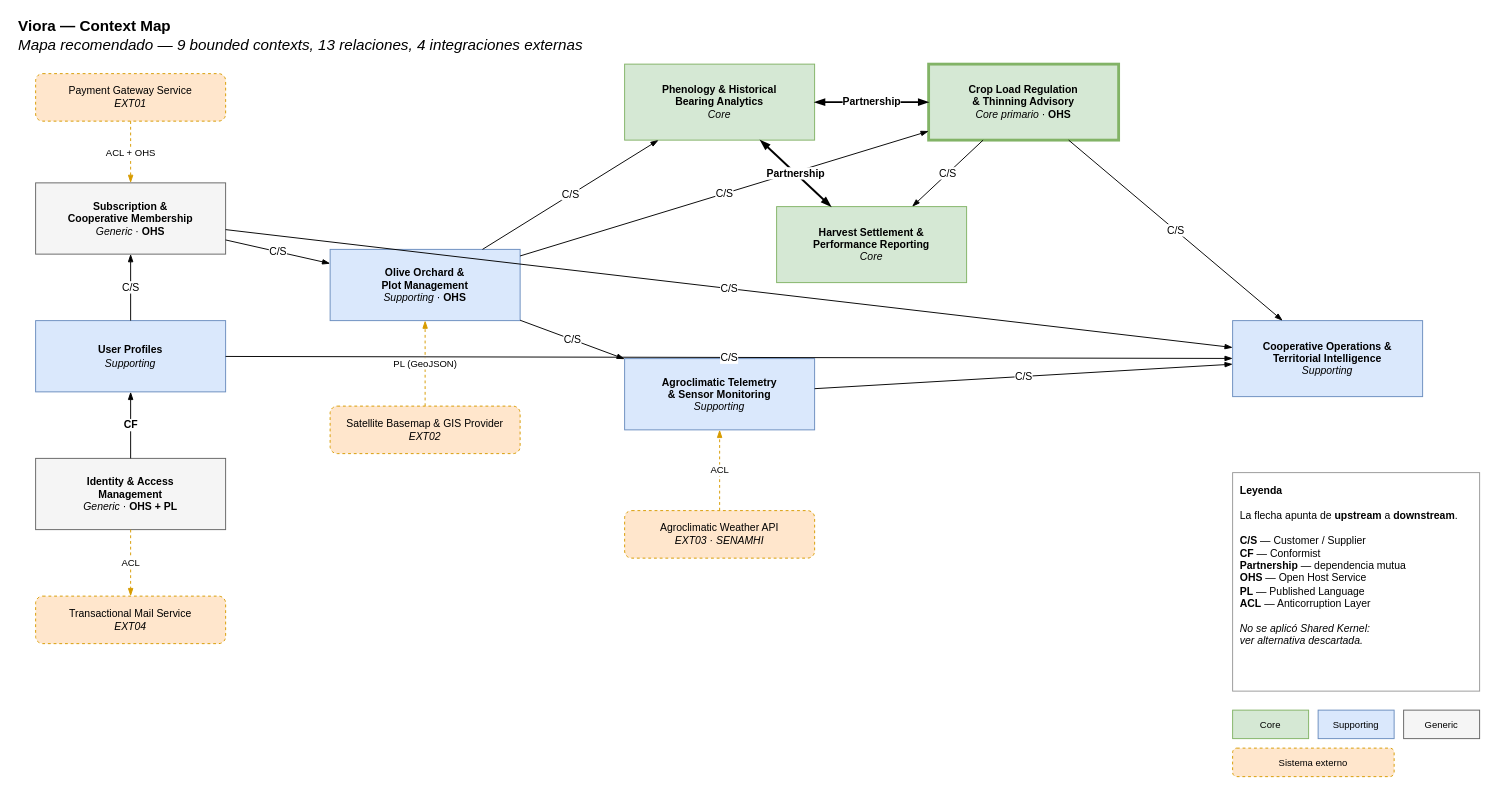
Before: docs/context-map/01-context-map-recomendado.drawio in upc-pre-1acc0238-2620-4951-arcadiadevs/viora-report, a draw.io diagram. Source tidied: cells renumbered, new cells numbered last; positions are measured from the earlier drawing's top-left corner, leaving out a move shared by most shapes. Both pictures are drawn from the tidied source at 95%, with x=0, y=0 at pixel (16, 16).
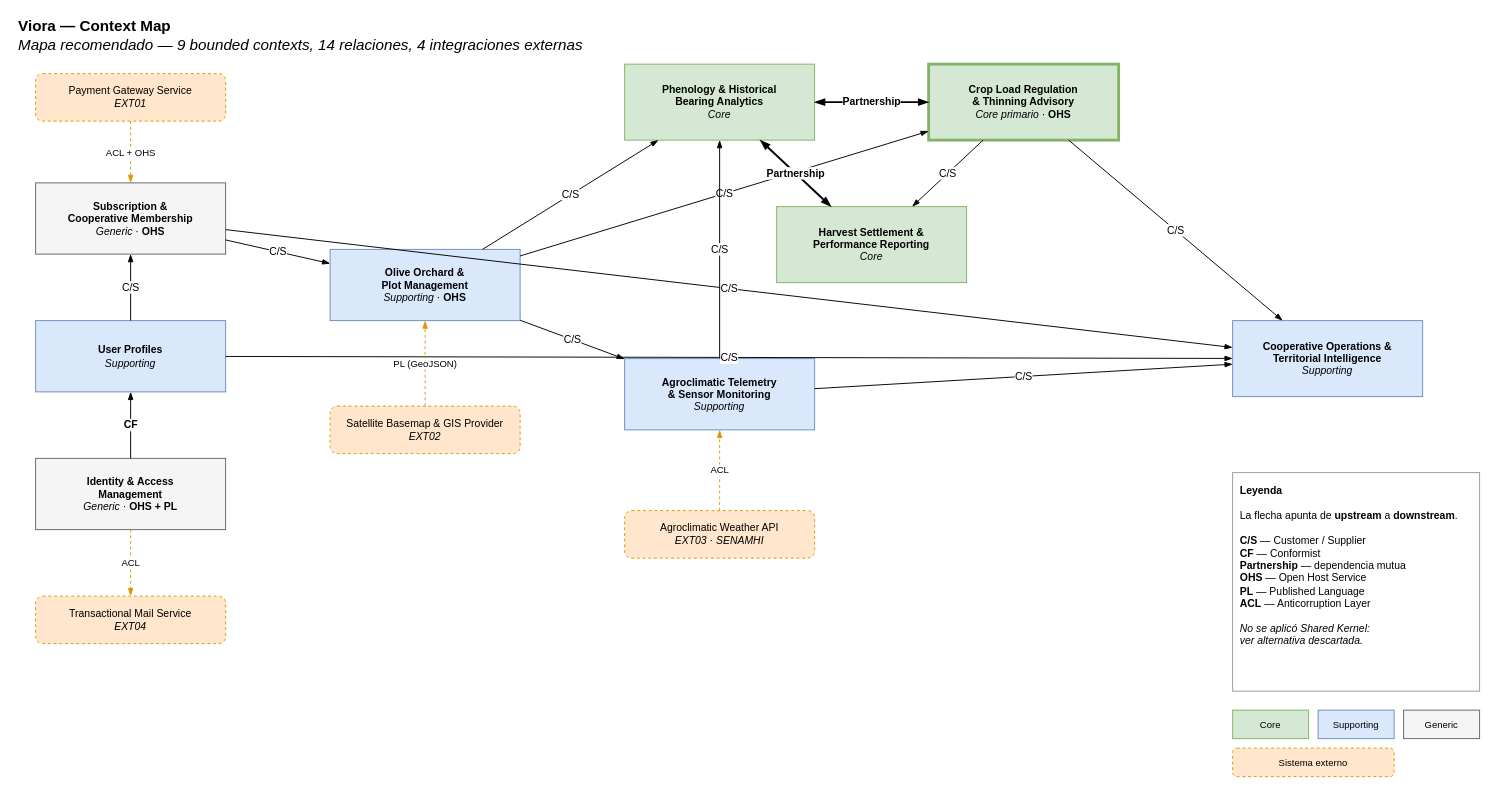
The same page after the edit.

Commit message (it also covers changes not shown here):
fix(context-map): reconcile canvases and map after reassignment

The change refers to these unchanged cells:
```xml
<mxCell id="10" value="&lt;b&gt;Phenology &amp;amp; Historical&lt;br&gt;Bearing Analytics&lt;/b&gt;&lt;br&gt;&lt;i&gt;Core&lt;/i&gt;" style="rounded=0;whiteSpace=wrap;html=1;fillColor=#d5e8d4;strokeColor=#82b366;fontSize=11;" parent="1" vertex="1">
  <mxGeometry x="640" y="50" width="200" height="80" as="geometry" />
</mxCell>
<mxCell id="13" value="&lt;b&gt;Agroclimatic Telemetry&lt;br&gt;&amp;amp; Sensor Monitoring&lt;/b&gt;&lt;br&gt;&lt;i&gt;Supporting&lt;/i&gt;" style="rounded=0;whiteSpace=wrap;html=1;fillColor=#dae8fc;strokeColor=#6c8ebf;fontSize=11;" parent="1" vertex="1">
  <mxGeometry x="640" y="360" width="200" height="75" as="geometry" />
</mxCell>
```

Diff of the diagram source:
```diff
@@
-    <mxCell id="2" value="&lt;b&gt;Viora — Context Map&lt;/b&gt;&lt;br&gt;&lt;i&gt;Mapa recomendado — 9 bounded contexts, 13 relaciones, 4 integraciones externas&lt;/i&gt;" style="text;html=1;align=left;verticalAlign=middle;fontSize=16;" parent="1" vertex="1">
+    <mxCell id="2" value="&lt;b&gt;Viora — Context Map&lt;/b&gt;&lt;br&gt;&lt;i&gt;Mapa recomendado — 9 bounded contexts, 14 relaciones, 4 integraciones externas&lt;/i&gt;" style="text;html=1;align=left;verticalAlign=middle;fontSize=16;" parent="1" vertex="1">
       <mxGeometry width="700" height="40" as="geometry" />
     </mxCell>
@@
+    <mxCell id="38" value="C/S" style="endArrow=blockThin;html=1;fontSize=11;endFill=1;" parent="1" edge="1" source="13" target="10">
+      <mxGeometry relative="1" as="geometry" />
+    </mxCell>
```
